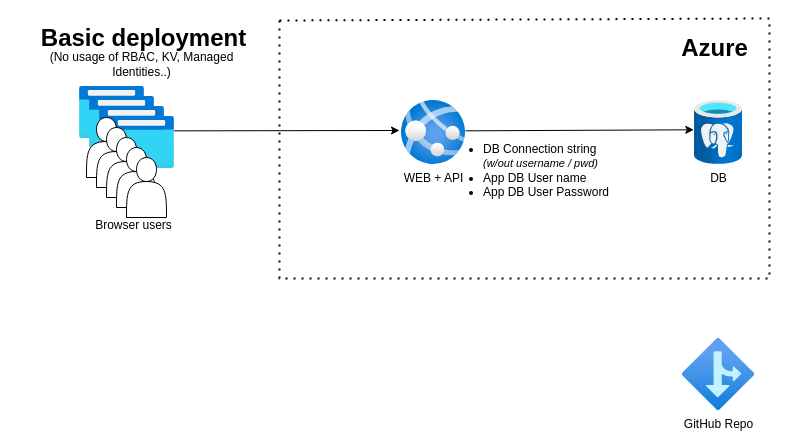
The draw.io diagram diagrams/tiny-java-container-instance-basic.drawio in martinabrle/tiny-java, before the edit. Source tidied: cells renumbered, new cells numbered last; positions are measured from the earlier drawing's top-left corner, leaving out a move shared by most shapes. Both pictures are drawn from the tidied source at 100%, with x=0, y=0 at pixel (17, 18).
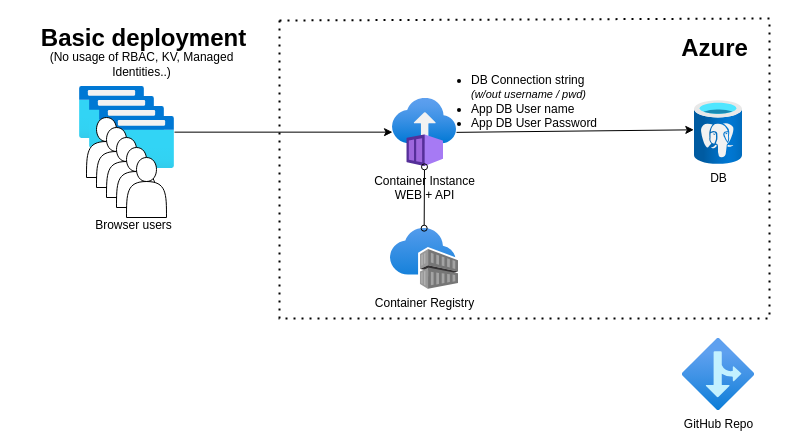
After the change.

Unchanged cells that the change refers to:
```xml
<mxCell id="3" value="DB" style="html=1;points=[];align=center;image;fontSize=12;image=img/lib/azure2/databases/Azure_Database_PostgreSQL_Server.svg;" parent="1" vertex="1">
  <mxGeometry x="677" y="82" width="48" height="64" as="geometry" />
</mxCell>
<mxCell id="7" style="html=1;points=[];align=center;image;fontSize=12;image=img/lib/azure2/general/Browser.svg;" parent="1" vertex="1">
  <mxGeometry x="92" y="98" width="65" height="52" as="geometry" />
</mxCell>
```

Change to the diagram source:
```diff
@@
-    <mxCell id="2" value="WEB + API" style="html=1;points=[];align=center;image;fontSize=12;image=img/lib/azure2/app_services/App_Services.svg;" parent="1" vertex="1">
-      <mxGeometry x="384" y="82" width="64" height="64" as="geometry" />
-    </mxCell>
@@
-    <mxCell id="8" style="endArrow=classic;html=1;rounded=0;exitX=0.995;exitY=0.276;exitDx=0;exitDy=0;exitPerimeter=0;" parent="1" edge="1" source="7">
-      <mxGeometry relative="1" as="geometry">
-        <mxPoint x="382" y="112" as="targetPoint" />
-      </mxGeometry>
+    <mxCell id="8" style="endArrow=classic;html=1;rounded=0;entryX=0;entryY=0.495;entryDx=0;entryDy=0;entryPerimeter=0;exitX=1;exitY=0.301;exitDx=0;exitDy=0;exitPerimeter=0;" parent="1" edge="1" source="7" target="22">
+      <mxGeometry relative="1" as="geometry" />
     </mxCell>
-    <mxCell id="9" style="endArrow=classic;html=1;rounded=0;exitX=1;exitY=0.474;exitDx=0;exitDy=0;exitPerimeter=0;entryX=-0.014;entryY=0.458;entryDx=0;entryDy=0;entryPerimeter=0;" parent="1" edge="1" source="2" target="3">
+    <mxCell id="9" style="endArrow=classic;html=1;rounded=0;entryX=-0.014;entryY=0.458;entryDx=0;entryDy=0;entryPerimeter=0;exitX=1;exitY=0.498;exitDx=0;exitDy=0;exitPerimeter=0;" parent="1" edge="1" source="22" target="3">
       <mxGeometry relative="1" as="geometry" />
     </mxCell>
@@
     <mxCell id="16" style="endArrow=none;dashed=1;html=1;dashPattern=1 3;strokeWidth=2;rounded=0;" parent="1" edge="1">
       <mxGeometry relative="1" as="geometry">
         <mxPoint x="262" y="2" as="sourcePoint" />
         <mxPoint x="262" as="targetPoint" />
         <Array as="points">
           <mxPoint x="752" />
-          <mxPoint x="752" y="260" />
-          <mxPoint x="262" y="260" />
+          <mxPoint x="752" y="300" />
+          <mxPoint x="262" y="300" />
         </Array>
       </mxGeometry>
     </mxCell>
     <mxCell id="17" value="&lt;ul&gt;&lt;li&gt;DB Connection string &lt;i&gt;&lt;font style=&quot;font-size: 11px;&quot;&gt;(w/out username / pwd)&lt;/font&gt;&lt;/i&gt;&lt;/li&gt;&lt;li&gt;App DB User name&lt;/li&gt;&lt;li&gt;App DB User Password&lt;/li&gt;&lt;/ul&gt;" style="text;strokeColor=none;fillColor=none;html=1;whiteSpace=wrap;verticalAlign=middle;overflow=hidden;" parent="1" vertex="1">
-      <mxGeometry x="424" y="109" width="176" height="73" as="geometry" />
+      <mxGeometry x="412" y="40" width="176" height="73" as="geometry" />
     </mxCell>
@@
+    <mxCell id="22" value="Container Instance&lt;br&gt;WEB + API" style="html=1;points=[];align=center;image;fontSize=12;image=img/lib/azure2/containers/Container_Instances.svg;" parent="1" vertex="1">
+      <mxGeometry x="375" y="79.5" width="64" height="69" as="geometry" />
+    </mxCell>
+    <mxCell id="23" value="Container Registry" style="html=1;points=[];align=center;image;fontSize=12;image=img/lib/azure2/containers/Container_Registries.svg;" parent="1" vertex="1">
+      <mxGeometry x="373" y="210" width="68" height="61" as="geometry" />
+    </mxCell>
+    <mxCell id="24" style="endArrow=oval;html=1;rounded=0;entryX=0.5;entryY=0.998;entryDx=0;entryDy=0;entryPerimeter=0;exitX=0.495;exitY=-0.005;exitDx=0;exitDy=0;exitPerimeter=0;startArrow=oval;startFill=0;endFill=0;" parent="1" edge="1" source="23" target="22">
+      <mxGeometry relative="1" as="geometry" />
+    </mxCell>
```
